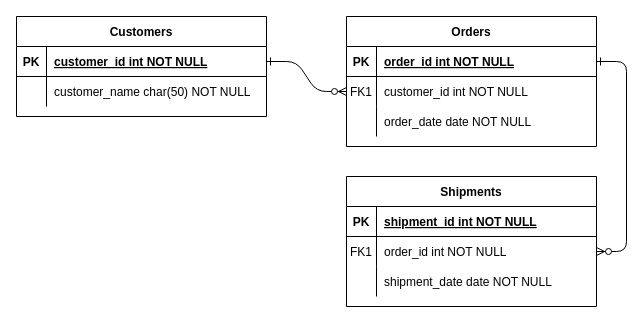
Earlier version of the draw.io diagram Diagrama sin título.drawio (AGEJH/Portafolio-Ingeniero). Source tidied: cells renumbered, new cells numbered last; positions are measured from the earlier drawing's top-left corner, leaving out a move shared by most shapes. Both pictures are drawn from the tidied source at 100%, with x=0, y=0 at pixel (16, 16).
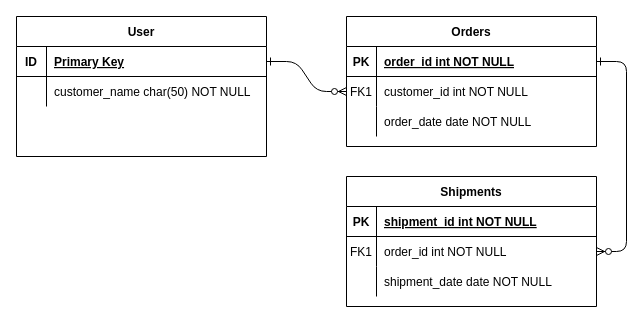
After the change.

Unchanged cells that the change refers to:
```xml
<mxCell id="25" style="shape=partialRectangle;fillColor=none;points=[[0,0.5],[1,0.5]];portConstraint=eastwest;top=0;left=0;right=0;bottom=1;" parent="24" vertex="1">
  <mxGeometry y="30" width="250" height="30" as="geometry" />
</mxCell>
```

Change to the diagram source:
```diff
@@
-    <mxCell id="24" value="Customers" style="shape=table;startSize=30;childLayout=tableLayout;rowLines=0;fontStyle=1;align=center;" parent="1" vertex="1">
-      <mxGeometry width="250" height="100" as="geometry" />
+    <mxCell id="24" value="User" style="shape=table;startSize=30;childLayout=tableLayout;rowLines=0;fontStyle=1;align=center;" parent="1" vertex="1">
+      <mxGeometry width="250" height="140" as="geometry" />
     </mxCell>
@@
-    <mxCell id="26" value="PK" style="shape=partialRectangle;overflow=hidden;fillColor=none;top=0;left=0;bottom=0;right=0;fontStyle=1;" parent="25" vertex="1">
+    <mxCell id="26" value="ID" style="shape=partialRectangle;overflow=hidden;fillColor=none;top=0;left=0;bottom=0;right=0;fontStyle=1;" parent="25" vertex="1">
       <mxGeometry width="30" height="30" as="geometry" />
     </mxCell>
-    <mxCell id="27" value="customer_id int NOT NULL " style="shape=partialRectangle;overflow=hidden;fillColor=none;top=0;left=0;bottom=0;right=0;align=left;spacingLeft=6;fontStyle=5;" parent="25" vertex="1">
+    <mxCell id="27" value="Primary Key" style="shape=partialRectangle;overflow=hidden;fillColor=none;top=0;left=0;bottom=0;right=0;align=left;spacingLeft=6;fontStyle=5;" parent="25" vertex="1">
       <mxGeometry x="30" width="220" height="30" as="geometry" />
     </mxCell>
```
